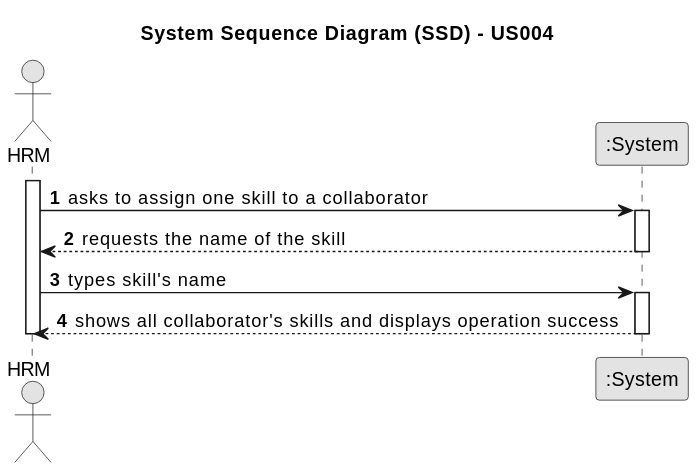
Departamento-de-Engenharia-Informatica/lei-24-s2-1dm-g132 keeps this PlantUML diagram as docs/sprintA/us004/01.requirements-engineering/svg/us004-system-sequence-diagram.svg. Above is the earlier version.
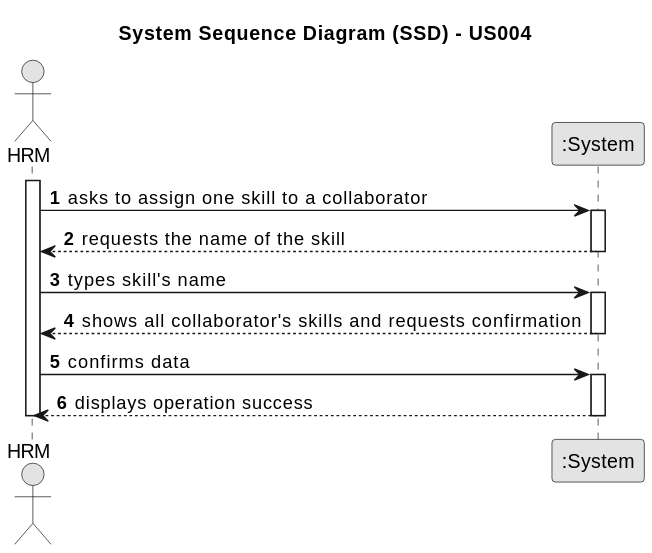
The same file after the commit.

Change to the diagram source:
```diff
@@ -21,7 +21,13 @@
     Employee -> System : types skill's name
     activate System
 
-    System --> Employee : shows all collaborator's skills and displays operation success
+    System --> Employee : shows all collaborator's skills and requests confirmation
+    deactivate System
+
+    Employee -> System : confirms data
+    activate System
+
+    System --> Employee : displays operation success
     deactivate System
 
 deactivate Employee
```
